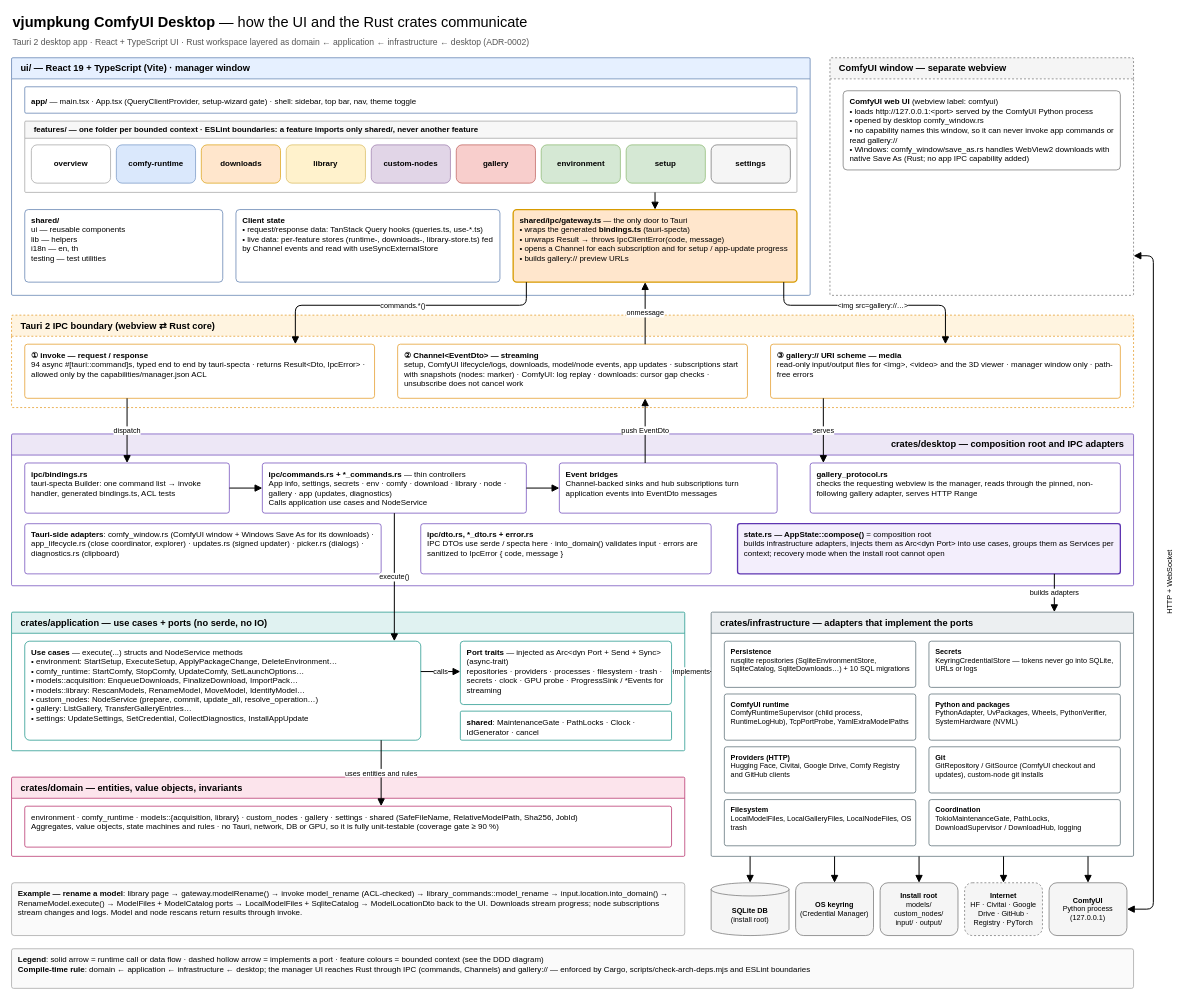
Before: docs/diagrams/ui-crates-communication.drawio in vjumpkung/vjump-comfyui-portable-with-resource-manager, a draw.io diagram. Source tidied: cells renumbered, new cells numbered last; positions are measured from the earlier drawing's top-left corner, leaving out a move shared by most shapes. Both pictures are drawn from the tidied source at 66%, with x=0, y=0 at pixel (11, 11).
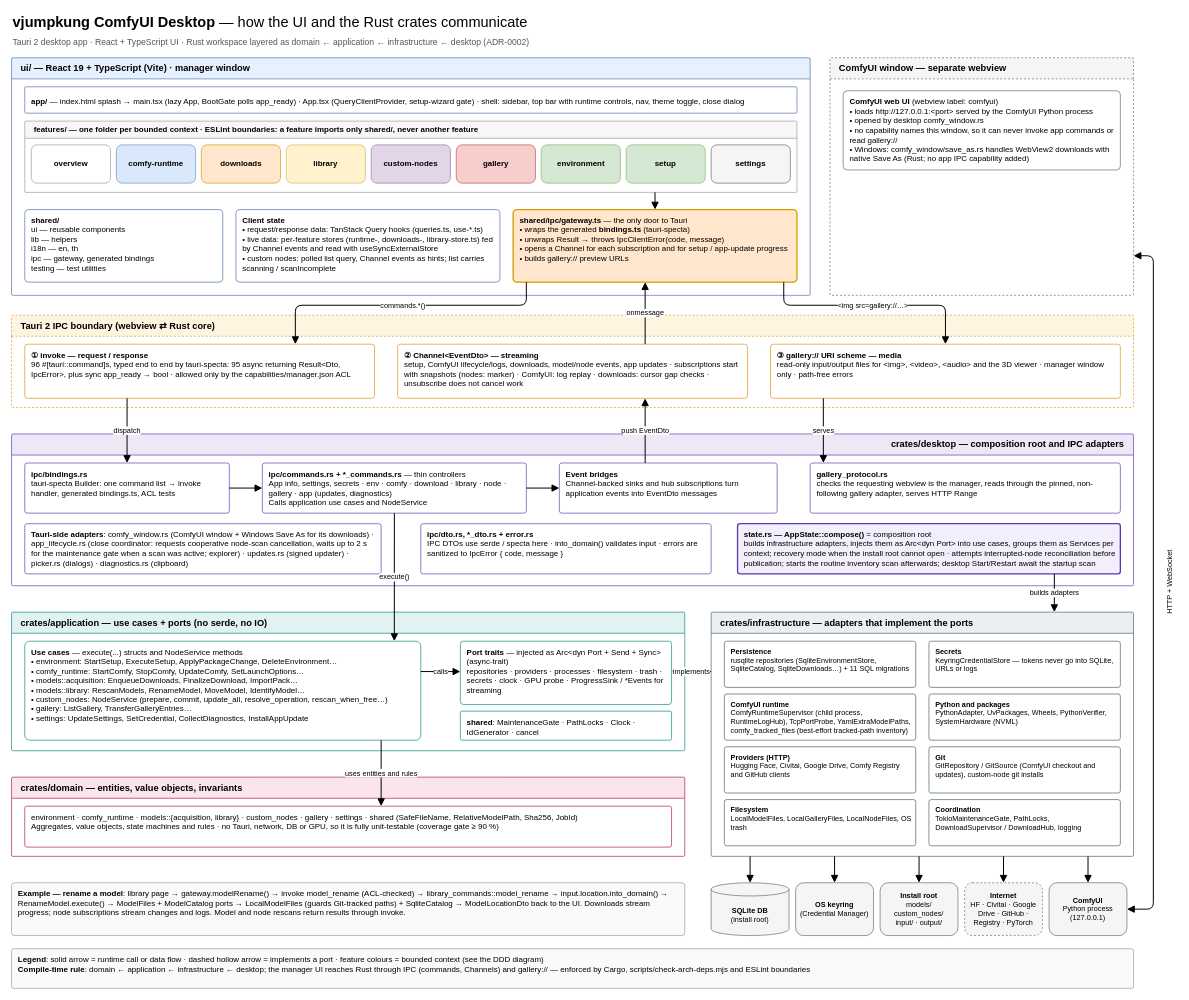
Above is the later version.

Unchanged cells that the change refers to:
```xml
<mxCell id="4" value="ui/ — React 19 + TypeScript (Vite) · manager window" style="swimlane;startSize=32;rounded=1;arcSize=2;html=1;whiteSpace=wrap;fontStyle=1;fontSize=14;align=left;spacingLeft=12;fillColor=#e6f0ff;strokeColor=#4a6fa5;swimlaneFillColor=#ffffff;" parent="1" vertex="1">
  <mxGeometry y="70" width="1210" height="360" as="geometry" />
</mxCell>
<mxCell id="21" value="Tauri 2 IPC boundary (webview ⇄ Rust core)" style="swimlane;startSize=32;rounded=1;arcSize=2;html=1;whiteSpace=wrap;fontStyle=1;fontSize=14;align=left;spacingLeft=12;fillColor=#fff4e0;strokeColor=#e08e0b;swimlaneFillColor=#ffffff;dashed=1;" parent="1" vertex="1">
  <mxGeometry y="460" width="1700" height="140" as="geometry" />
</mxCell>
<mxCell id="25" value="crates/desktop — composition root and IPC adapters" style="swimlane;startSize=32;rounded=1;arcSize=2;html=1;whiteSpace=wrap;fontStyle=1;fontSize=14;align=left;spacingLeft=12;fillColor=#ede7f6;strokeColor=#5e35b1;swimlaneFillColor=#ffffff;align=right;spacingRight=12;" parent="1" vertex="1">
  <mxGeometry y="640" width="1700" height="230" as="geometry" />
</mxCell>
<mxCell id="33" value="crates/application — use cases + ports (no serde, no IO)" style="swimlane;startSize=32;rounded=1;arcSize=2;html=1;whiteSpace=wrap;fontStyle=1;fontSize=14;align=left;spacingLeft=12;fillColor=#e0f2f1;strokeColor=#00897b;swimlaneFillColor=#ffffff;" parent="1" vertex="1">
  <mxGeometry y="910" width="1020" height="210" as="geometry" />
</mxCell>
<mxCell id="39" value="crates/infrastructure — adapters that implement the ports" style="swimlane;startSize=32;rounded=1;arcSize=2;html=1;whiteSpace=wrap;fontStyle=1;fontSize=14;align=left;spacingLeft=12;fillColor=#eceff1;strokeColor=#455a64;swimlaneFillColor=#ffffff;" parent="1" vertex="1">
  <mxGeometry x="1060" y="910" width="640" height="370" as="geometry" />
</mxCell>
```

What changed in the source:
```diff
@@
-    <mxCell id="5" value="&lt;b&gt;app/&lt;/b&gt; — main.tsx · App.tsx (QueryClientProvider, setup-wizard gate) · shell: sidebar, top bar, nav, theme toggle" style="rounded=1;arcSize=5;whiteSpace=wrap;html=1;align=left;verticalAlign=middle;spacingLeft=8;spacingRight=6;spacingTop=3;fontSize=12;fillColor=#ffffff;strokeColor=#4a6fa5;strokeWidth=1;" parent="4" vertex="1">
+    <mxCell id="5" value="&lt;b&gt;app/&lt;/b&gt; — index.html splash → main.tsx (lazy App, BootGate polls app_ready) · App.tsx (QueryClientProvider, setup-wizard gate) · shell: sidebar, top bar with runtime controls, nav, theme toggle, close dialog" style="rounded=1;arcSize=5;whiteSpace=wrap;html=1;align=left;verticalAlign=middle;spacingLeft=8;spacingRight=6;spacingTop=3;fontSize=12;fillColor=#ffffff;strokeColor=#4a6fa5;strokeWidth=1;" parent="4" vertex="1">
       <mxGeometry x="20" y="44" width="1170" height="40" as="geometry" />
     </mxCell>
@@
-    <mxCell id="16" value="&lt;b&gt;shared/&lt;/b&gt;&lt;br&gt;ui — reusable components&lt;br&gt;lib — helpers&lt;br&gt;i18n — en, th&lt;br&gt;testing — test utilities" style="rounded=1;arcSize=5;whiteSpace=wrap;html=1;align=left;verticalAlign=top;spacingLeft=8;spacingRight=6;spacingTop=3;fontSize=12;fillColor=#ffffff;strokeColor=#4a6fa5;strokeWidth=1;" parent="4" vertex="1">
+    <mxCell id="16" value="&lt;b&gt;shared/&lt;/b&gt;&lt;br&gt;ui — reusable components&lt;br&gt;lib — helpers&lt;br&gt;i18n — en, th&lt;br&gt;ipc — gateway, generated bindings&lt;br&gt;testing — test utilities" style="rounded=1;arcSize=5;whiteSpace=wrap;html=1;align=left;verticalAlign=top;spacingLeft=8;spacingRight=6;spacingTop=3;fontSize=12;fillColor=#ffffff;strokeColor=#4a6fa5;strokeWidth=1;" parent="4" vertex="1">
       <mxGeometry x="20" y="230" width="300" height="110" as="geometry" />
     </mxCell>
-    <mxCell id="17" value="&lt;b&gt;Client state&lt;/b&gt;&lt;br&gt;• request/response data: TanStack Query hooks (queries.ts, use-*.ts)&lt;br&gt;• live data: per-feature stores (runtime-, downloads-, library-store.ts) fed by Channel events and read with useSyncExternalStore" style="rounded=1;arcSize=5;whiteSpace=wrap;html=1;align=left;verticalAlign=top;spacingLeft=8;spacingRight=6;spacingTop=3;fontSize=12;fillColor=#ffffff;strokeColor=#4a6fa5;strokeWidth=1;" parent="4" vertex="1">
+    <mxCell id="17" value="&lt;b&gt;Client state&lt;/b&gt;&lt;br&gt;• request/response data: TanStack Query hooks (queries.ts, use-*.ts)&lt;br&gt;• live data: per-feature stores (runtime-, downloads-, library-store.ts) fed by Channel events and read with useSyncExternalStore&lt;br&gt;• custom nodes: polled list query, Channel events as hints; list carries scanning / scanIncomplete" style="rounded=1;arcSize=5;whiteSpace=wrap;html=1;align=left;verticalAlign=top;spacingLeft=8;spacingRight=6;spacingTop=3;fontSize=12;fillColor=#ffffff;strokeColor=#4a6fa5;strokeWidth=1;" parent="4" vertex="1">
       <mxGeometry x="340" y="230" width="400" height="110" as="geometry" />
     </mxCell>
@@
-    <mxCell id="22" value="&lt;b&gt;① invoke — request / response&lt;/b&gt;&lt;br&gt;94 async #[tauri::command]s, typed end to end by tauri-specta · returns Result&amp;lt;Dto, IpcError&amp;gt; · allowed only by the capabilities/manager.json ACL" style="rounded=1;arcSize=5;whiteSpace=wrap;html=1;align=left;verticalAlign=top;spacingLeft=8;spacingRight=6;spacingTop=3;fontSize=12;fillColor=#ffffff;strokeColor=#e08e0b;strokeWidth=1;" parent="21" vertex="1">
+    <mxCell id="22" value="&lt;b&gt;① invoke — request / response&lt;/b&gt;&lt;br&gt;96 #[tauri::command]s, typed end to end by tauri-specta: 95 async returning Result&amp;lt;Dto, IpcError&amp;gt;, plus sync app_ready → bool · allowed only by the capabilities/manager.json ACL" style="rounded=1;arcSize=5;whiteSpace=wrap;html=1;align=left;verticalAlign=top;spacingLeft=8;spacingRight=6;spacingTop=3;fontSize=12;fillColor=#ffffff;strokeColor=#e08e0b;strokeWidth=1;" parent="21" vertex="1">
       <mxGeometry x="20" y="44" width="530" height="82" as="geometry" />
     </mxCell>
@@
-    <mxCell id="24" value="&lt;b&gt;③ gallery:// URI scheme — media&lt;/b&gt;&lt;br&gt;read-only input/output files for &amp;lt;img&amp;gt;, &amp;lt;video&amp;gt; and the 3D viewer · manager window only · path-free errors" style="rounded=1;arcSize=5;whiteSpace=wrap;html=1;align=left;verticalAlign=top;spacingLeft=8;spacingRight=6;spacingTop=3;fontSize=12;fillColor=#ffffff;strokeColor=#e08e0b;strokeWidth=1;" parent="21" vertex="1">
+    <mxCell id="24" value="&lt;b&gt;③ gallery:// URI scheme — media&lt;/b&gt;&lt;br&gt;read-only input/output files for &amp;lt;img&amp;gt;, &amp;lt;video&amp;gt;, &amp;lt;audio&amp;gt; and the 3D viewer · manager window only · path-free errors" style="rounded=1;arcSize=5;whiteSpace=wrap;html=1;align=left;verticalAlign=top;spacingLeft=8;spacingRight=6;spacingTop=3;fontSize=12;fillColor=#ffffff;strokeColor=#e08e0b;strokeWidth=1;" parent="21" vertex="1">
       <mxGeometry x="1150" y="44" width="530" height="82" as="geometry" />
     </mxCell>
@@
-    <mxCell id="30" value="&lt;b&gt;Tauri-side adapters&lt;/b&gt;: comfy_window.rs (ComfyUI window + Windows Save As for its downloads) · app_lifecycle.rs (close coordinator, explorer) · updates.rs (signed updater) · picker.rs (dialogs) · diagnostics.rs (clipboard)" style="rounded=1;arcSize=5;whiteSpace=wrap;html=1;align=left;verticalAlign=top;spacingLeft=8;spacingRight=6;spacingTop=3;fontSize=12;fillColor=#ffffff;strokeColor=#5e35b1;strokeWidth=1;" parent="25" vertex="1">
+    <mxCell id="30" value="&lt;b&gt;Tauri-side adapters&lt;/b&gt;: comfy_window.rs (ComfyUI window + Windows Save As for its downloads) · app_lifecycle.rs (close coordinator: requests cooperative node-scan cancellation, waits up to 2 s for the maintenance gate when a scan was active; explorer) · updates.rs (signed updater) · picker.rs (dialogs) · diagnostics.rs (clipboard)" style="rounded=1;arcSize=5;whiteSpace=wrap;html=1;align=left;verticalAlign=top;spacingLeft=8;spacingRight=6;spacingTop=3;fontSize=12;fillColor=#ffffff;strokeColor=#5e35b1;strokeWidth=1;" parent="25" vertex="1">
       <mxGeometry x="20" y="136" width="540" height="76" as="geometry" />
     </mxCell>
@@
-    <mxCell id="32" value="&lt;b&gt;state.rs — AppState::compose()&lt;/b&gt; = composition root&lt;br&gt;builds infrastructure adapters, injects them as Arc&amp;lt;dyn Port&amp;gt; into use cases, groups them as Services per context; recovery mode when the install root cannot open" style="rounded=1;arcSize=5;whiteSpace=wrap;html=1;align=left;verticalAlign=top;spacingLeft=8;spacingRight=6;spacingTop=3;fontSize=12;fillColor=#f3eefc;strokeColor=#5e35b1;strokeWidth=2;" parent="25" vertex="1">
+    <mxCell id="32" value="&lt;b&gt;state.rs — AppState::compose()&lt;/b&gt; = composition root&lt;br&gt;builds infrastructure adapters, injects them as Arc&amp;lt;dyn Port&amp;gt; into use cases, groups them as Services per context; recovery mode when the install root cannot open · attempts interrupted-node reconciliation before publication; starts the routine inventory scan afterwards; desktop Start/Restart await the startup scan" style="rounded=1;arcSize=5;whiteSpace=wrap;html=1;align=left;verticalAlign=top;spacingLeft=8;spacingRight=6;spacingTop=3;fontSize=12;fillColor=#f3eefc;strokeColor=#5e35b1;strokeWidth=2;" parent="25" vertex="1">
       <mxGeometry x="1100" y="136" width="580" height="76" as="geometry" />
     </mxCell>
@@
-    <mxCell id="34" value="&lt;b&gt;Use cases&lt;/b&gt; — execute(...) structs and NodeService methods&lt;br&gt;• environment: StartSetup, ExecuteSetup, ApplyPackageChange, DeleteEnvironment…&lt;br&gt;• comfy_runtime: StartComfy, StopComfy, UpdateComfy, SetLaunchOptions…&lt;br&gt;• models::acquisition: EnqueueDownloads, FinalizeDownload, ImportPack…&lt;br&gt;• models::library: RescanModels, RenameModel, MoveModel, IdentifyModel…&lt;br&gt;• custom_nodes: NodeService (prepare, commit, update_all, resolve_operation…)&lt;br&gt;• gallery: ListGallery, TransferGalleryEntries…&lt;br&gt;• settings: UpdateSettings, SetCredential, CollectDiagnostics, InstallAppUpdate" style="rounded=1;arcSize=5;whiteSpace=wrap;html=1;align=left;verticalAlign=top;spacingLeft=8;spacingRight=6;spacingTop=3;fontSize=12;fillColor=#ffffff;strokeColor=#00897b;strokeWidth=1;" parent="33" vertex="1">
+    <mxCell id="34" value="&lt;b&gt;Use cases&lt;/b&gt; — execute(...) structs and NodeService methods&lt;br&gt;• environment: StartSetup, ExecuteSetup, ApplyPackageChange, DeleteEnvironment…&lt;br&gt;• comfy_runtime: StartComfy, StopComfy, UpdateComfy, SetLaunchOptions…&lt;br&gt;• models::acquisition: EnqueueDownloads, FinalizeDownload, ImportPack…&lt;br&gt;• models::library: RescanModels, RenameModel, MoveModel, IdentifyModel…&lt;br&gt;• custom_nodes: NodeService (prepare, commit, update_all, resolve_operation, rescan_when_free…)&lt;br&gt;• gallery: ListGallery, TransferGalleryEntries…&lt;br&gt;• settings: UpdateSettings, SetCredential, CollectDiagnostics, InstallAppUpdate" style="rounded=1;arcSize=5;whiteSpace=wrap;html=1;align=left;verticalAlign=top;spacingLeft=8;spacingRight=6;spacingTop=3;fontSize=12;fillColor=#ffffff;strokeColor=#00897b;strokeWidth=1;" parent="33" vertex="1">
       <mxGeometry x="20" y="44" width="600" height="150" as="geometry" />
     </mxCell>
@@
-    <mxCell id="40" value="&lt;b&gt;Persistence&lt;/b&gt;&lt;br&gt;rusqlite repositories (SqliteEnvironmentStore, SqliteCatalog, SqliteDownloads…) + 10 SQL migrations" style="rounded=1;arcSize=5;whiteSpace=wrap;html=1;align=left;verticalAlign=top;spacingLeft=8;spacingRight=6;spacingTop=3;fontSize=11;fillColor=#ffffff;strokeColor=#455a64;strokeWidth=1;" parent="39" vertex="1">
+    <mxCell id="40" value="&lt;b&gt;Persistence&lt;/b&gt;&lt;br&gt;rusqlite repositories (SqliteEnvironmentStore, SqliteCatalog, SqliteDownloads…) + 11 SQL migrations" style="rounded=1;arcSize=5;whiteSpace=wrap;html=1;align=left;verticalAlign=top;spacingLeft=8;spacingRight=6;spacingTop=3;fontSize=11;fillColor=#ffffff;strokeColor=#455a64;strokeWidth=1;" parent="39" vertex="1">
       <mxGeometry x="20" y="44" width="290" height="70" as="geometry" />
     </mxCell>
@@
-    <mxCell id="42" value="&lt;b&gt;ComfyUI runtime&lt;/b&gt;&lt;br&gt;ComfyRuntimeSupervisor (child process, RuntimeLogHub), TcpPortProbe, YamlExtraModelPaths" style="rounded=1;arcSize=5;whiteSpace=wrap;html=1;align=left;verticalAlign=top;spacingLeft=8;spacingRight=6;spacingTop=3;fontSize=11;fillColor=#ffffff;strokeColor=#455a64;strokeWidth=1;" parent="39" vertex="1">
+    <mxCell id="42" value="&lt;b&gt;ComfyUI runtime&lt;/b&gt;&lt;br&gt;ComfyRuntimeSupervisor (child process, RuntimeLogHub), TcpPortProbe, YamlExtraModelPaths, comfy_tracked_files (best-effort tracked-path inventory)" style="rounded=1;arcSize=5;whiteSpace=wrap;html=1;align=left;verticalAlign=top;spacingLeft=8;spacingRight=6;spacingTop=3;fontSize=11;fillColor=#ffffff;strokeColor=#455a64;strokeWidth=1;" parent="39" vertex="1">
       <mxGeometry x="20" y="124" width="290" height="70" as="geometry" />
     </mxCell>
@@
-    <mxCell id="53" value="&lt;b&gt;Example — rename a model&lt;/b&gt;: library page → gateway.modelRename() → invoke model_rename (ACL-checked) → library_commands::model_rename → input.location.into_domain() → RenameModel.execute() → ModelFiles + ModelCatalog ports → LocalModelFiles + SqliteCatalog → ModelLocationDto back to the UI. Downloads stream progress; node subscriptions stream changes and logs. Model and node rescans return results through invoke." style="rounded=1;arcSize=5;whiteSpace=wrap;html=1;align=left;verticalAlign=top;spacingLeft=8;spacingRight=6;spacingTop=3;fontSize=12;fillColor=#fafafa;strokeColor=#999999;strokeWidth=1;" parent="1" vertex="1">
+    <mxCell id="53" value="&lt;b&gt;Example — rename a model&lt;/b&gt;: library page → gateway.modelRename() → invoke model_rename (ACL-checked) → library_commands::model_rename → input.location.into_domain() → RenameModel.execute() → ModelFiles + ModelCatalog ports → LocalModelFiles (guards Git-tracked paths) + SqliteCatalog → ModelLocationDto back to the UI. Downloads stream progress; node subscriptions stream changes and logs. Model and node rescans return results through invoke." style="rounded=1;arcSize=5;whiteSpace=wrap;html=1;align=left;verticalAlign=top;spacingLeft=8;spacingRight=6;spacingTop=3;fontSize=12;fillColor=#fafafa;strokeColor=#999999;strokeWidth=1;" parent="1" vertex="1">
       <mxGeometry y="1320" width="1020" height="80" as="geometry" />
     </mxCell>
```
